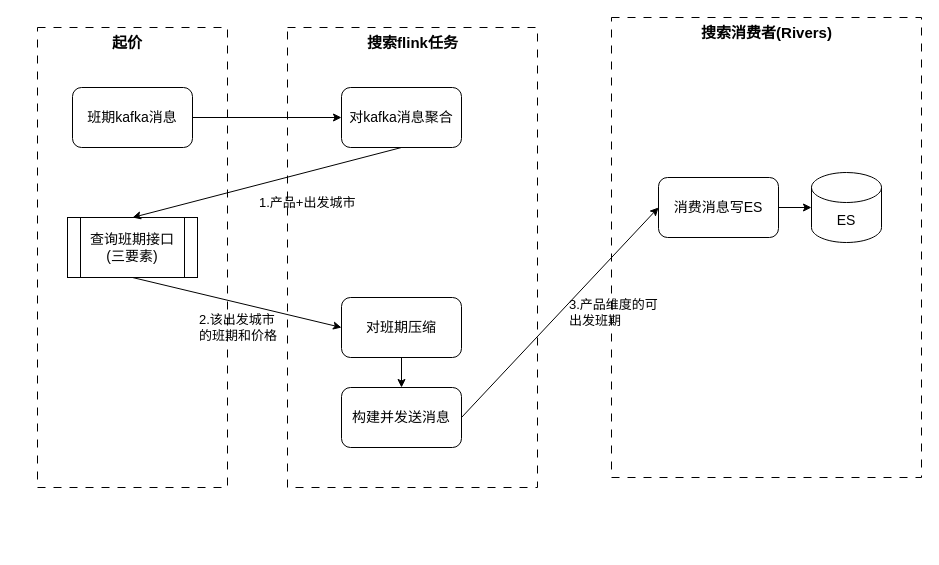
haiyang1985/draw-io keeps this draw.io diagram as 搜索索引班期价格筛选方案.drawio. Above is the earlier version. Source tidied: cells renumbered, new cells numbered last; positions are measured from the earlier drawing's top-left corner, leaving out a move shared by most shapes. Both pictures are drawn from the tidied source at 100%, with x=0, y=0 at pixel (37, 17).
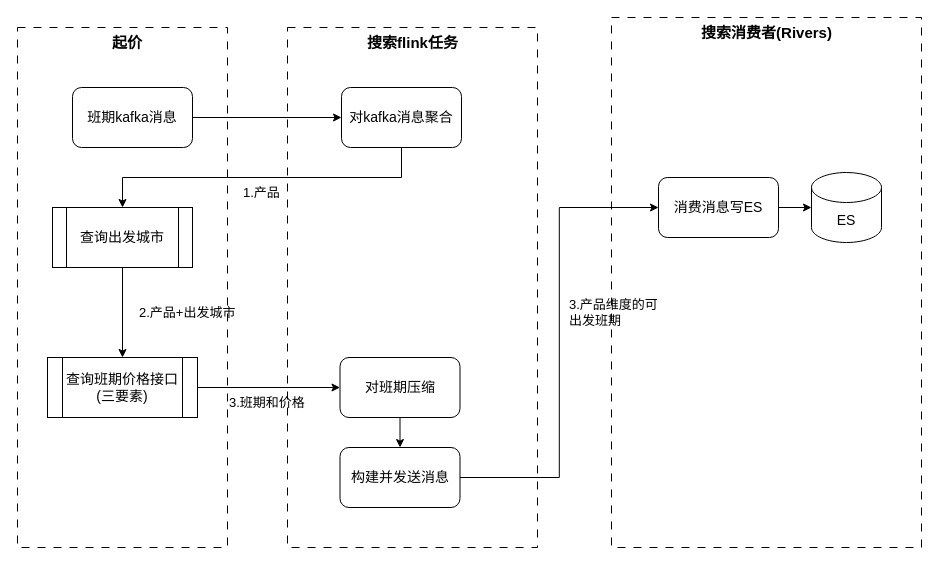
After the change.

Commit message:
更新搜索索引班期价格筛选方案.drawio

Unchanged cells that the change refers to:
```xml
<mxCell id="8" value="对kafka消息聚合" style="rounded=1;whiteSpace=wrap;html=1;fontSize=14;" parent="1" vertex="1">
  <mxGeometry x="304" y="70" width="120" height="60" as="geometry" />
</mxCell>
<mxCell id="11" value="消费消息写ES" style="rounded=1;whiteSpace=wrap;html=1;fontSize=14;" parent="1" vertex="1">
  <mxGeometry x="621" y="160" width="120" height="60" as="geometry" />
</mxCell>
```

What changed in the source:
```diff
@@
     <mxCell id="2" style="rounded=0;whiteSpace=wrap;html=1;dashed=1;dashPattern=8 8;" parent="1" vertex="1">
-      <mxGeometry y="10" width="190" height="460" as="geometry" />
+      <mxGeometry x="-20" y="10" width="210" height="520" as="geometry" />
     </mxCell>
@@
-    <mxCell id="5" value="查询班期接口&lt;div&gt;(三要素)&lt;/div&gt;" style="shape=process;whiteSpace=wrap;html=1;backgroundOutline=1;fontSize=14;" parent="1" vertex="1">
-      <mxGeometry x="30" y="200" width="130" height="60" as="geometry" />
+    <mxCell id="5" value="查询班期价格接口&lt;div&gt;(三要素)&lt;/div&gt;" style="shape=process;whiteSpace=wrap;html=1;backgroundOutline=1;fontSize=14;" parent="1" vertex="1">
+      <mxGeometry x="10" y="340" width="150" height="60" as="geometry" />
     </mxCell>
     <mxCell id="6" style="rounded=0;whiteSpace=wrap;html=1;dashed=1;dashPattern=8 8;" parent="1" vertex="1">
-      <mxGeometry x="250" y="10" width="250" height="460" as="geometry" />
+      <mxGeometry x="250" y="10" width="250" height="520" as="geometry" />
     </mxCell>
@@
     <mxCell id="9" value="对班期压缩" style="rounded=1;whiteSpace=wrap;html=1;fontSize=14;" parent="1" vertex="1">
-      <mxGeometry x="304" y="280" width="120" height="60" as="geometry" />
+      <mxGeometry x="302.5" y="340" width="120" height="60" as="geometry" />
     </mxCell>
     <mxCell id="10" style="rounded=0;whiteSpace=wrap;html=1;dashed=1;dashPattern=8 8;" parent="1" vertex="1">
-      <mxGeometry x="574" width="310" height="460" as="geometry" />
+      <mxGeometry x="574" width="310" height="530" as="geometry" />
     </mxCell>
@@
-    <mxCell id="14" style="endArrow=classic;html=1;rounded=0;exitX=0.5;exitY=1;exitDx=0;exitDy=0;entryX=0.5;entryY=0;entryDx=0;entryDy=0;fontSize=14;" parent="1" edge="1" source="8" target="5">
+    <mxCell id="14" style="endArrow=classic;html=1;rounded=0;exitX=0.5;exitY=1;exitDx=0;exitDy=0;entryX=0.5;entryY=0;entryDx=0;entryDy=0;fontSize=14;edgeStyle=orthogonalEdgeStyle;" parent="1" edge="1" source="8" target="24">
       <mxGeometry relative="1" as="geometry" />
     </mxCell>
-    <mxCell id="15" style="endArrow=classic;html=1;rounded=0;exitX=0.5;exitY=1;exitDx=0;exitDy=0;entryX=0;entryY=0.5;entryDx=0;entryDy=0;fontSize=14;" parent="1" edge="1" source="5" target="9">
+    <mxCell id="15" style="endArrow=classic;html=1;rounded=0;exitX=1;exitY=0.5;exitDx=0;exitDy=0;entryX=0;entryY=0.5;entryDx=0;entryDy=0;fontSize=14;" parent="1" edge="1" source="5" target="9">
       <mxGeometry relative="1" as="geometry" />
     </mxCell>
     <mxCell id="16" value="构建并发送消息" style="rounded=1;whiteSpace=wrap;html=1;fontSize=14;" parent="1" vertex="1">
-      <mxGeometry x="304" y="370" width="120" height="60" as="geometry" />
+      <mxGeometry x="302.5" y="430" width="120" height="60" as="geometry" />
     </mxCell>
@@
-    <mxCell id="18" style="endArrow=classic;html=1;rounded=0;exitX=1;exitY=0.5;exitDx=0;exitDy=0;entryX=0;entryY=0.5;entryDx=0;entryDy=0;fontSize=14;" parent="1" edge="1" source="16" target="11">
+    <mxCell id="18" style="endArrow=classic;html=1;rounded=0;exitX=1;exitY=0.5;exitDx=0;exitDy=0;entryX=0;entryY=0.5;entryDx=0;entryDy=0;fontSize=14;edgeStyle=orthogonalEdgeStyle;" parent="1" edge="1" source="16" target="11">
       <mxGeometry relative="1" as="geometry" />
     </mxCell>
@@
-    <mxCell id="21" value="1.产品+出发城市" style="text;html=1;whiteSpace=wrap;strokeColor=none;fillColor=none;align=left;verticalAlign=middle;rounded=0;fontSize=13;" parent="1" vertex="1">
-      <mxGeometry x="220" y="170" width="100" height="30" as="geometry" />
+    <mxCell id="21" value="1.产品" style="text;html=1;whiteSpace=wrap;strokeColor=none;fillColor=none;align=left;verticalAlign=middle;rounded=0;fontSize=13;" parent="1" vertex="1">
+      <mxGeometry x="204" y="160" width="66" height="30" as="geometry" />
     </mxCell>
-    <mxCell id="22" value="2.该出发城市的班期和价格" style="text;html=1;whiteSpace=wrap;strokeColor=none;fillColor=none;align=left;verticalAlign=middle;rounded=0;fontSize=13;" parent="1" vertex="1">
-      <mxGeometry x="160" y="295" width="90" height="30" as="geometry" />
+    <mxCell id="22" value="3.班期和价格" style="text;html=1;whiteSpace=wrap;strokeColor=none;fillColor=none;align=left;verticalAlign=middle;rounded=0;fontSize=13;" parent="1" vertex="1">
+      <mxGeometry x="190" y="370" width="90" height="30" as="geometry" />
     </mxCell>
@@
+    <mxCell id="24" value="查询出发城市" style="shape=process;whiteSpace=wrap;html=1;backgroundOutline=1;fontSize=14;" parent="1" vertex="1">
+      <mxGeometry x="15" y="190" width="140" height="60" as="geometry" />
+    </mxCell>
+    <mxCell id="25" style="endArrow=classic;html=1;rounded=0;entryX=0.5;entryY=0;entryDx=0;entryDy=0;exitX=0.5;exitY=1;exitDx=0;exitDy=0;" parent="1" edge="1" source="24" target="5">
+      <mxGeometry relative="1" as="geometry" />
+    </mxCell>
+    <mxCell id="26" value="2.产品+出发城市" style="text;html=1;whiteSpace=wrap;strokeColor=none;fillColor=none;align=left;verticalAlign=middle;rounded=0;fontSize=13;" parent="1" vertex="1">
+      <mxGeometry x="100" y="280" width="100" height="30" as="geometry" />
+    </mxCell>
```
